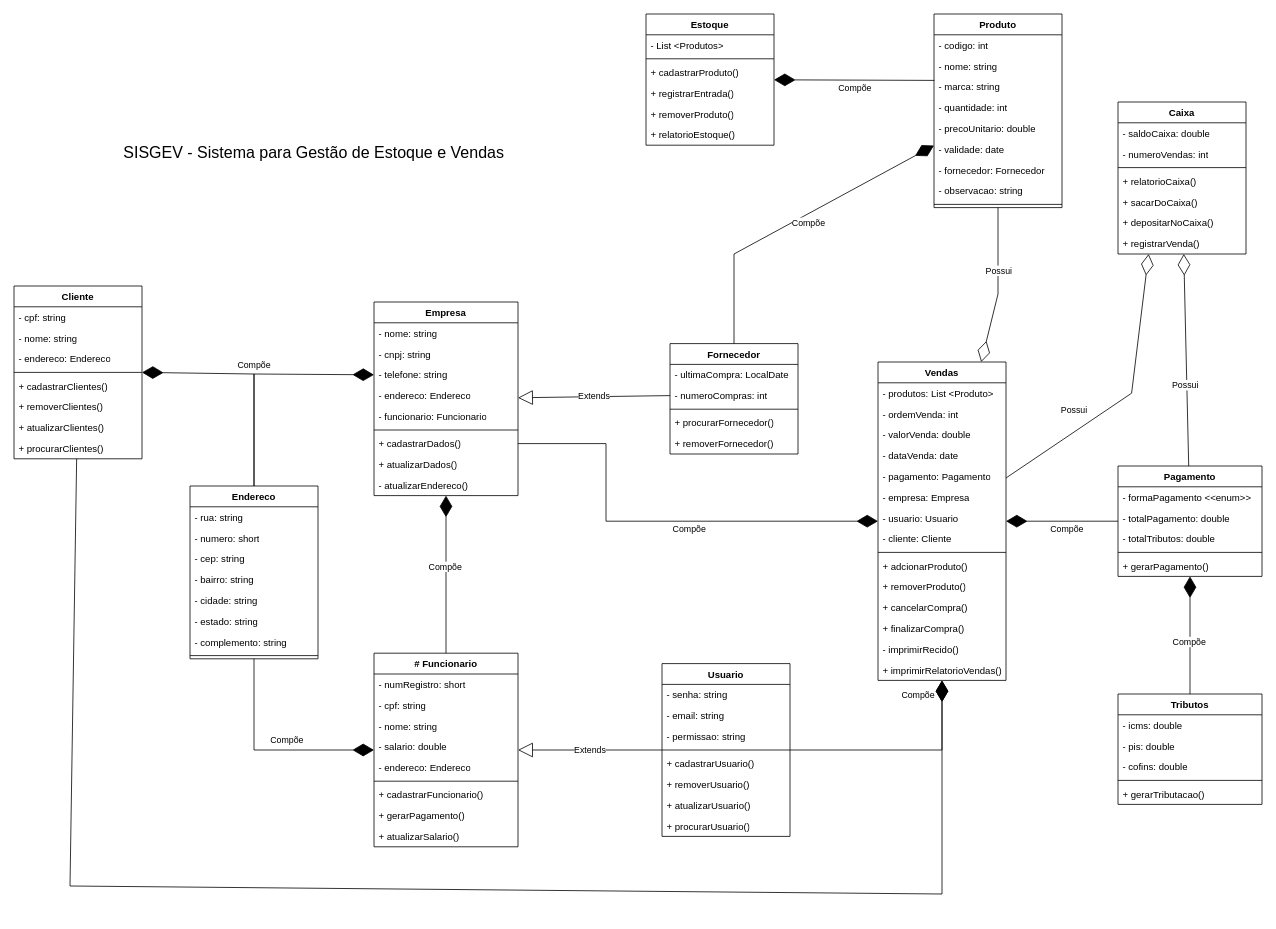
Above: Diagrama/1.0.0/Diagrama de Classes - SISGEV.drawio in igormanoels/SISGEV (draw.io), before the change. Source tidied: cells renumbered, new cells numbered last; positions are measured from the earlier drawing's top-left corner, leaving out a move shared by most shapes. Both pictures are drawn from the tidied source at 80%, with x=0, y=0 at pixel (14, 14).
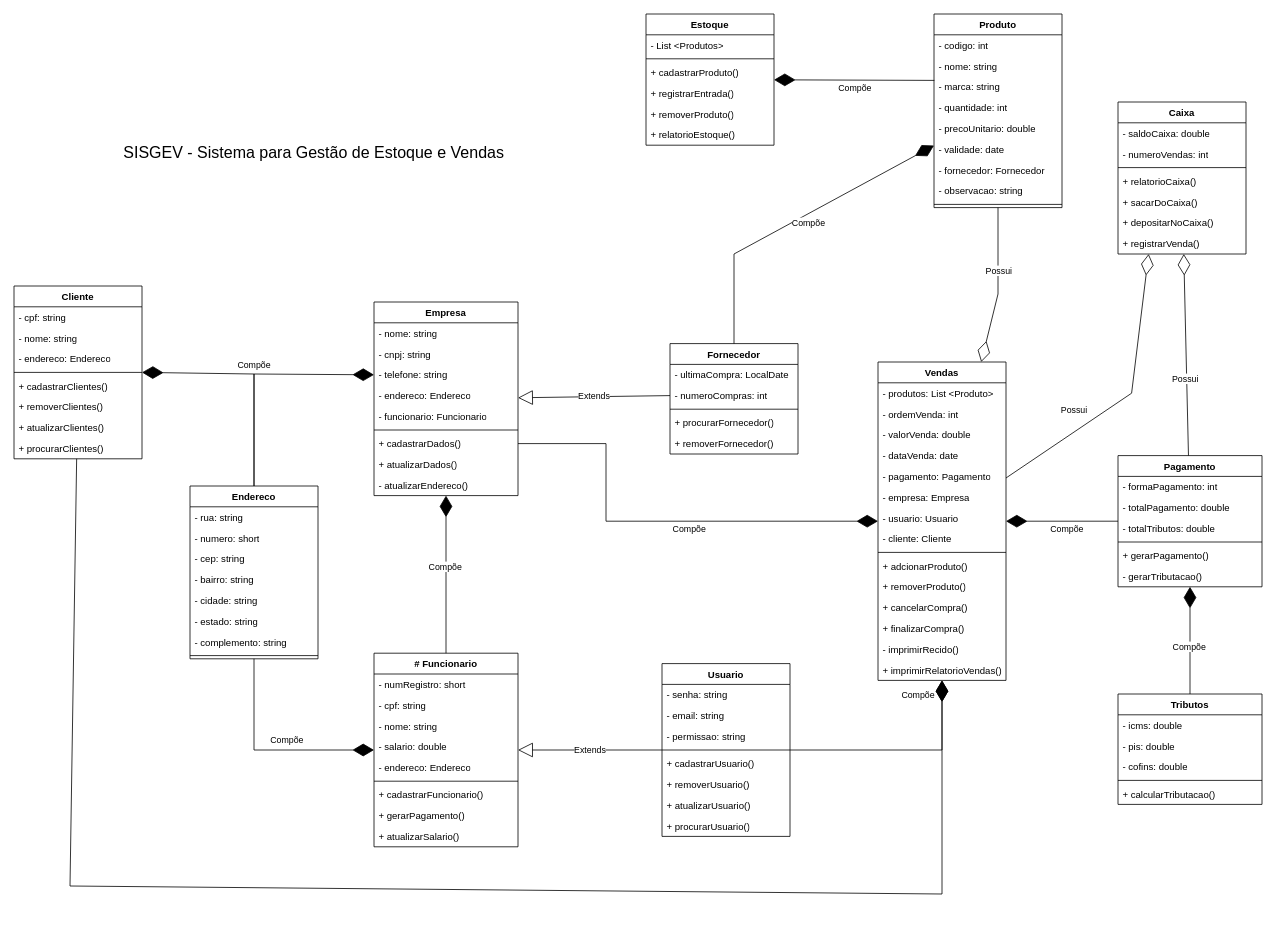
The same page after the edit.

Commit message (it also covers changes not shown here):
Continuação do desenvolvimento das classes caixa, pagamento, tributos e Vendas, com modificação no diagrama.

The change refers to these unchanged cells:
```xml
<mxCell id="84" value="Tributos" style="swimlane;fontStyle=1;align=center;verticalAlign=top;horizontal=1;startSize=26;whiteSpace=wrap;html=1;" parent="1" vertex="1">
  <mxGeometry x="1380" y="850" width="180" height="138" as="geometry" />
</mxCell>
```

The edit, as a diff of the source:
```diff
@@
     <mxCell id="72" value="Pagamento" style="swimlane;fontStyle=1;align=center;verticalAlign=top;horizontal=1;startSize=26;whiteSpace=wrap;html=1;" parent="1" vertex="1">
-      <mxGeometry x="1380" y="565" width="180" height="138" as="geometry" />
+      <mxGeometry x="1380" y="552" width="180" height="164" as="geometry" />
     </mxCell>
-    <mxCell id="73" value="- formaPagamento &amp;lt;&amp;lt;enum&amp;gt;&amp;gt;" style="text;strokeColor=none;fillColor=none;align=left;verticalAlign=top;spacingLeft=4;spacingRight=4;overflow=hidden;whiteSpace=wrap;html=1;" parent="72" vertex="1">
+    <mxCell id="73" value="- formaPagamento: int" style="text;strokeColor=none;fillColor=none;align=left;verticalAlign=top;spacingLeft=4;spacingRight=4;overflow=hidden;whiteSpace=wrap;html=1;" parent="72" vertex="1">
       <mxGeometry y="26" width="180" height="26" as="geometry" />
     </mxCell>
@@
+    <mxCell id="139" value="- gerarTributacao()" style="text;strokeColor=none;fillColor=none;align=left;verticalAlign=top;spacingLeft=4;spacingRight=4;overflow=hidden;whiteSpace=wrap;html=1;" parent="72" vertex="1">
+      <mxGeometry y="138" width="180" height="26" as="geometry" />
+    </mxCell>
@@
-    <mxCell id="89" value="+ gerarTributacao()" style="text;strokeColor=none;fillColor=none;align=left;verticalAlign=top;spacingLeft=4;spacingRight=4;overflow=hidden;whiteSpace=wrap;html=1;" parent="84" vertex="1">
+    <mxCell id="89" value="+ calcularTributacao()" style="text;strokeColor=none;fillColor=none;align=left;verticalAlign=top;spacingLeft=4;spacingRight=4;overflow=hidden;whiteSpace=wrap;html=1;" parent="84" vertex="1">
       <mxGeometry y="112" width="180" height="26" as="geometry" />
     </mxCell>
```
